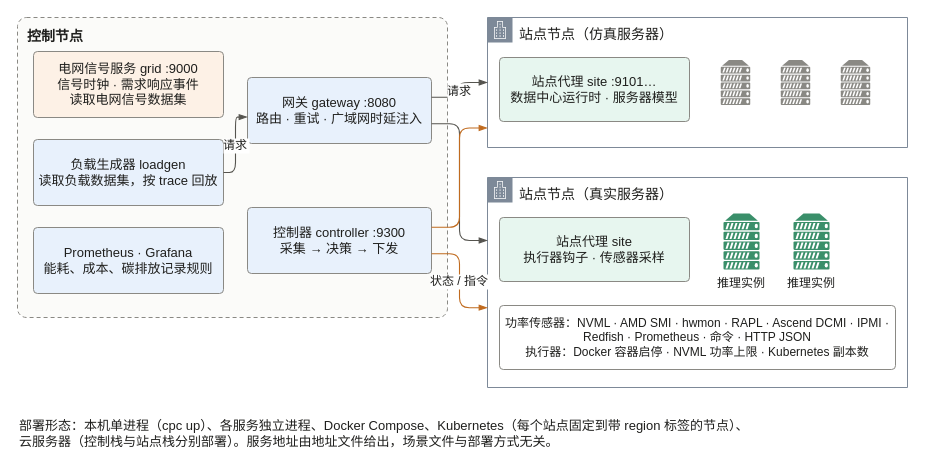
The draw.io diagram docs/figures/src/deployment.drawio in X1ngChui/cpc-platform, before the edit. Source tidied: cells renumbered, new cells numbered last; positions are measured from the earlier drawing's top-left corner, leaving out a move shared by most shapes. Both pictures are drawn from the tidied source at 100%, with x=0, y=0 at pixel (17, 17).
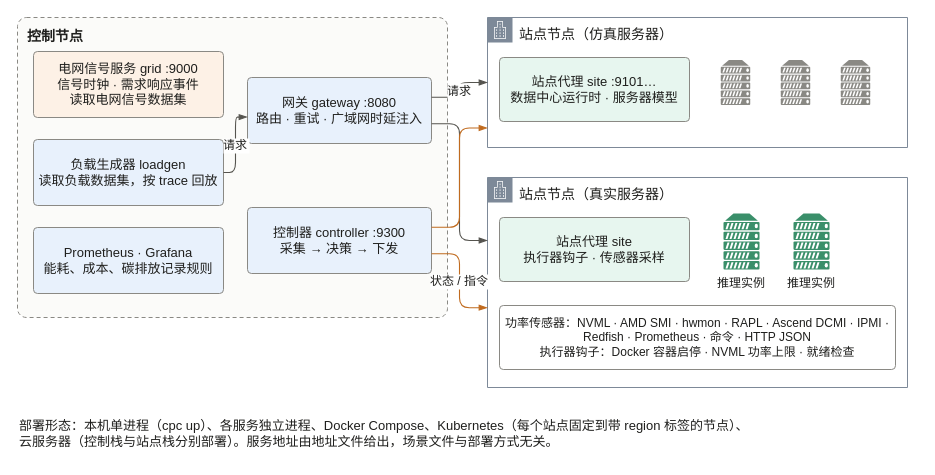
After the change.

Unchanged cells that the change refers to:
```xml
<mxCell id="14" value="站点节点（真实服务器）" style="fontFamily=Noto Sans SC;fontColor=#1f1f1d;fontSize=14;html=0;points=[];shape=mxgraph.aws4.group;grIcon=mxgraph.aws4.group_corporate_data_center;strokeColor=#7D8998;fillColor=none;verticalAlign=top;align=left;spacingLeft=30;spacingTop=2;dashed=0;" parent="1" vertex="1">
  <mxGeometry x="470" y="160" width="420" height="210" as="geometry" />
</mxCell>
```

What changed in the source:
```diff
@@
-    <mxCell id="18" value="功率传感器：NVML · AMD SMI · hwmon · RAPL · Ascend DCMI · IPMI · Redfish · Prometheus · 命令 · HTTP JSON&#10;执行器：Docker 容器启停 · NVML 功率上限 · Kubernetes 副本数" style="fontFamily=Noto Sans SC;fontColor=#1f1f1d;fontSize=12;html=0;rounded=1;arcSize=6;whiteSpace=wrap;fillColor=#ffffff;strokeColor=#8a8984;strokeWidth=1;align=center;verticalAlign=middle;" parent="14" vertex="1">
+    <mxCell id="18" value="功率传感器：NVML · AMD SMI · hwmon · RAPL · Ascend DCMI · IPMI · Redfish · Prometheus · 命令 · HTTP JSON&#10;执行器钩子：Docker 容器启停 · NVML 功率上限 · 就绪检查" style="fontFamily=Noto Sans SC;fontColor=#1f1f1d;fontSize=12;html=0;rounded=1;arcSize=6;whiteSpace=wrap;fillColor=#ffffff;strokeColor=#8a8984;strokeWidth=1;align=center;verticalAlign=middle;" parent="14" vertex="1">
       <mxGeometry x="12" y="128" width="396" height="64" as="geometry" />
     </mxCell>
```
